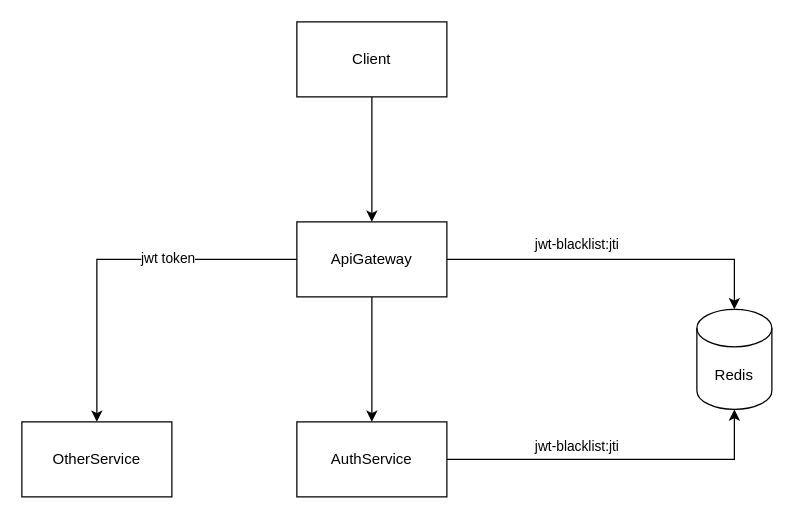
This is resources/Flex.drawio from luyenhaidangit/flex-microservice, a draw.io file, before an edit. Source tidied: cells renumbered, new cells numbered last; positions are measured from the earlier drawing's top-left corner, leaving out a move shared by most shapes. Both pictures are drawn from the tidied source at 125%, with x=0, y=0 at pixel (21, 21).
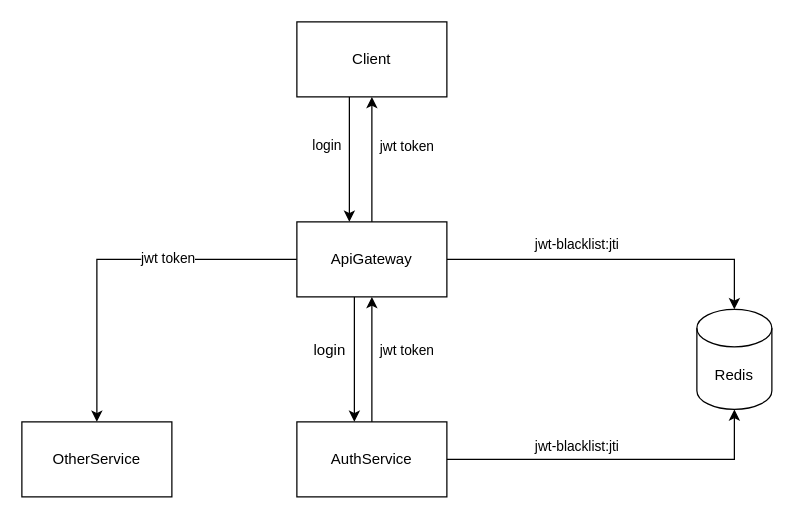
The same page after the edit.

Commit message (it also covers changes not shown here):
Cập nhật Flex.drawio

The change refers to these unchanged cells:
```xml
<mxCell id="3" value="Client" style="rounded=0;whiteSpace=wrap;html=1;" parent="1" vertex="1">
  <mxGeometry x="220" width="120" height="60" as="geometry" />
</mxCell>
<mxCell id="9" value="ApiGateway" style="rounded=0;whiteSpace=wrap;html=1;" parent="1" vertex="1">
  <mxGeometry x="220" y="160" width="120" height="60" as="geometry" />
</mxCell>
<mxCell id="10" value="AuthService" style="rounded=0;whiteSpace=wrap;html=1;" parent="1" vertex="1">
  <mxGeometry x="220" y="320" width="120" height="60" as="geometry" />
</mxCell>
```

Diff of the diagram source:
```diff
@@
-    <mxCell id="2" style="edgeStyle=orthogonalEdgeStyle;rounded=0;jettySize=auto;html=1;entryX=0.5;entryY=0;entryDx=0;entryDy=0;" parent="1" edge="1" source="3" target="9">
-      <mxGeometry relative="1" as="geometry" />
+    <mxCell id="2" style="edgeStyle=orthogonalEdgeStyle;rounded=0;orthogonalLoop=1;jettySize=auto;html=1;entryX=0.5;entryY=0;entryDx=0;entryDy=0;" parent="1" edge="1">
+      <mxGeometry relative="1" as="geometry">
+        <mxPoint x="262" y="60" as="sourcePoint" />
+        <mxPoint x="262" y="160" as="targetPoint" />
+      </mxGeometry>
     </mxCell>
+    <mxCell id="15" value="login" style="edgeLabel;html=1;align=center;verticalAlign=middle;" parent="2" vertex="1">
+      <mxGeometry x="-0.24" relative="1" as="geometry">
+        <mxPoint x="-19" as="offset" />
+      </mxGeometry>
+    </mxCell>
@@
-    <mxCell id="6" style="edgeStyle=orthogonalEdgeStyle;rounded=0;jettySize=auto;html=1;entryX=0.5;entryY=0;entryDx=0;entryDy=0;" parent="1" edge="1" source="9" target="10">
-      <mxGeometry relative="1" as="geometry" />
+    <mxCell id="6" style="edgeStyle=orthogonalEdgeStyle;rounded=0;orthogonalLoop=1;jettySize=auto;html=1;entryX=0.5;entryY=0;entryDx=0;entryDy=0;" parent="1" edge="1">
+      <mxGeometry relative="1" as="geometry">
+        <mxPoint x="266" y="220" as="sourcePoint" />
+        <mxPoint x="266" y="320" as="targetPoint" />
+      </mxGeometry>
     </mxCell>
@@
+    <mxCell id="16" style="edgeStyle=orthogonalEdgeStyle;rounded=0;jettySize=auto;html=1;entryX=0.5;entryY=1;entryDx=0;entryDy=0;" parent="1" edge="1" source="9" target="3">
+      <mxGeometry relative="1" as="geometry" />
+    </mxCell>
+    <mxCell id="17" value="jwt token" style="edgeLabel;html=1;align=center;verticalAlign=middle;" parent="16" vertex="1">
+      <mxGeometry x="-0.08" y="-3" relative="1" as="geometry">
+        <mxPoint x="24" y="-15" as="offset" />
+      </mxGeometry>
+    </mxCell>
@@
+    <mxCell id="18" style="edgeStyle=orthogonalEdgeStyle;rounded=0;jettySize=auto;html=1;entryX=0.5;entryY=1;entryDx=0;entryDy=0;" parent="1" edge="1" source="10" target="9">
+      <mxGeometry relative="1" as="geometry" />
+    </mxCell>
+    <mxCell id="19" value="jwt token" style="edgeLabel;html=1;align=center;verticalAlign=middle;" parent="18" vertex="1">
+      <mxGeometry x="0.2" y="-1" relative="1" as="geometry">
+        <mxPoint x="26" y="2" as="offset" />
+      </mxGeometry>
+    </mxCell>
@@
+    <mxCell id="20" value="login" style="text;html=1;align=center;verticalAlign=middle;strokeColor=none;fillColor=none;" parent="1" vertex="1">
+      <mxGeometry x="221" y="248" width="50" height="30" as="geometry" />
+    </mxCell>
```
